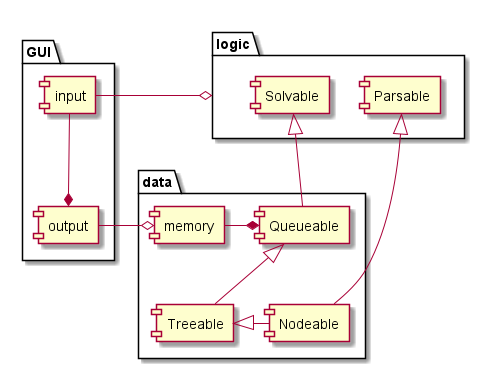
Earlier version of the PlantUML export src/docs/UML/architecture.png (vitalispopoff/calculator).
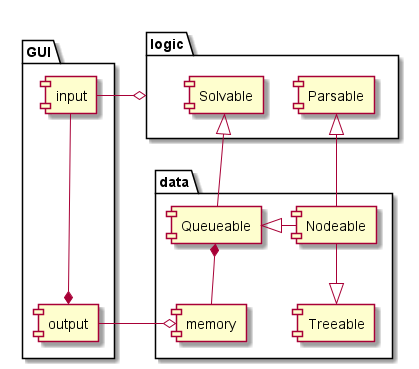
The same file after the commit.

Change to the diagram source:
```diff
@@ -6,8 +6,9 @@
 }
 
 package logic {
+    component Parsable
     component Solvable
-    component Parsable
+
 }
 
 package data {
@@ -18,14 +19,13 @@
 }
 
 [input]     -right-o    logic
-[output]    *-up-       [input]
+[output]    *-up--      [input]
 [output]    -right-o    [memory]
-[memory]    -right-*    [Queueable]
 
+[Queueable] *-down-     [memory]
 [Solvable]  <|-down-    [Queueable]
-[Queueable] <|-down-    [Treeable]
-
-[Treeable]  <|-right-   [Nodeable]
+[Nodeable]  -left-|>    [Queueable]
+[Nodeable]  -down-|>    [Treeable]
 [Parsable]  <|-down-    [Nodeable]
 
 @enduml
```
